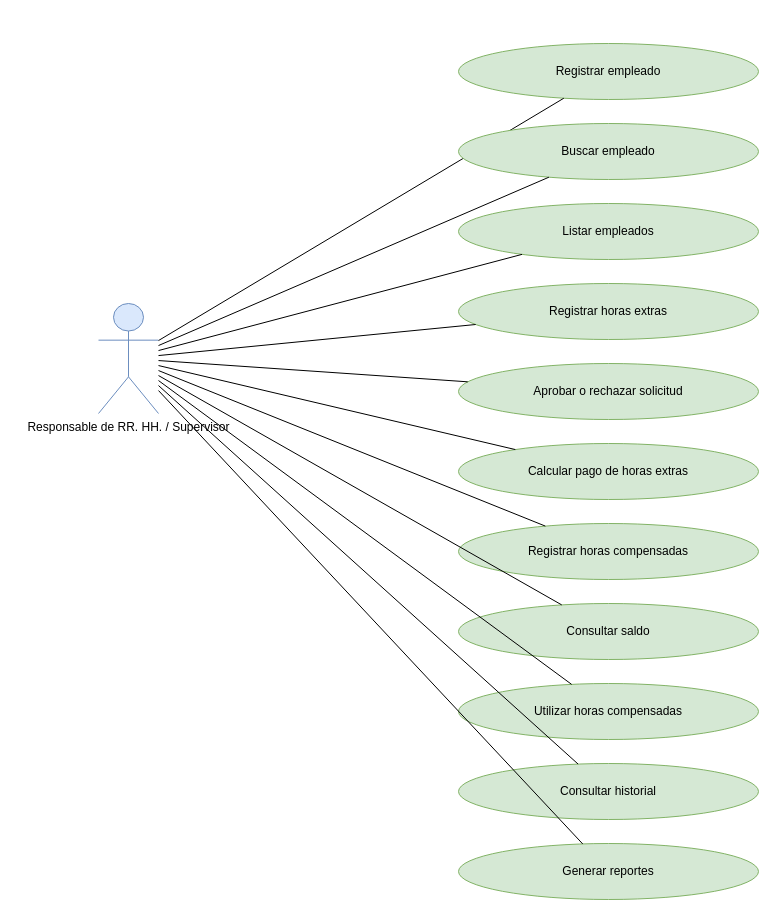
The draw.io diagram drawio/casos_uso.drawio in marlo4220mc/sistema-horas-extras, before the edit. Source tidied: cells renumbered, new cells numbered last; positions are measured from the earlier drawing's top-left corner, leaving out a move shared by most shapes. Both pictures are drawn from the tidied source at 100%, with x=0, y=0 at pixel (98, 43).
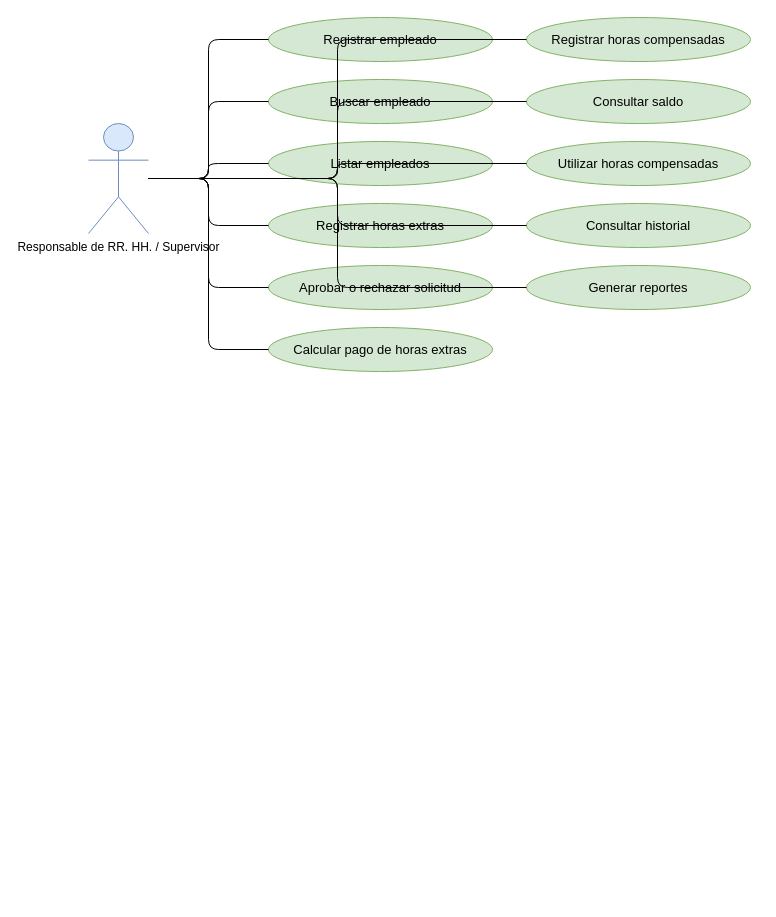
The same page after the edit.

What changed in the source:
```diff
@@
     <mxCell id="2" value="Responsable de RR. HH. / Supervisor" style="shape=umlActor;verticalLabelPosition=bottom;verticalAlign=top;html=1;outlineConnect=0;fillColor=#dae8fc;strokeColor=#6c8ebf;fontSize=12;" parent="1" vertex="1">
-      <mxGeometry y="260" width="60" height="110" as="geometry" />
+      <mxGeometry x="-10" y="80" width="60" height="110" as="geometry" />
     </mxCell>
-    <mxCell id="3" value="Registrar empleado" style="ellipse;whiteSpace=wrap;html=1;fillColor=#d5e8d4;strokeColor=#82b366;fontSize=12;" parent="1" vertex="1">
-      <mxGeometry x="360" width="300" height="56" as="geometry" />
+    <mxCell id="3" value="Registrar empleado" style="ellipse;whiteSpace=wrap;html=1;fillColor=#d5e8d4;strokeColor=#82b366;fontSize=13;" parent="1" vertex="1">
+      <mxGeometry x="170" y="-26" width="224" height="44" as="geometry" />
     </mxCell>
-    <mxCell id="4" style="endArrow=none;html=1;" parent="1" edge="1" source="2" target="3">
+    <mxCell id="4" style="endArrow=none;html=1;edgeStyle=orthogonalEdgeStyle;exitX=1;exitY=0.5;entryX=0;entryY=0.5;" parent="1" edge="1" source="2" target="3">
       <mxGeometry relative="1" as="geometry" />
     </mxCell>
-    <mxCell id="5" value="Buscar empleado" style="ellipse;whiteSpace=wrap;html=1;fillColor=#d5e8d4;strokeColor=#82b366;fontSize=12;" parent="1" vertex="1">
-      <mxGeometry x="360" y="80" width="300" height="56" as="geometry" />
+    <mxCell id="5" value="Buscar empleado" style="ellipse;whiteSpace=wrap;html=1;fillColor=#d5e8d4;strokeColor=#82b366;fontSize=13;" parent="1" vertex="1">
+      <mxGeometry x="170" y="36" width="224" height="44" as="geometry" />
     </mxCell>
-    <mxCell id="6" style="endArrow=none;html=1;" parent="1" edge="1" source="2" target="5">
+    <mxCell id="6" style="endArrow=none;html=1;edgeStyle=orthogonalEdgeStyle;exitX=1;exitY=0.5;entryX=0;entryY=0.5;" parent="1" edge="1" source="2" target="5">
       <mxGeometry relative="1" as="geometry" />
     </mxCell>
-    <mxCell id="7" value="Listar empleados" style="ellipse;whiteSpace=wrap;html=1;fillColor=#d5e8d4;strokeColor=#82b366;fontSize=12;" parent="1" vertex="1">
-      <mxGeometry x="360" y="160" width="300" height="56" as="geometry" />
+    <mxCell id="7" value="Listar empleados" style="ellipse;whiteSpace=wrap;html=1;fillColor=#d5e8d4;strokeColor=#82b366;fontSize=13;" parent="1" vertex="1">
+      <mxGeometry x="170" y="98" width="224" height="44" as="geometry" />
     </mxCell>
-    <mxCell id="8" style="endArrow=none;html=1;" parent="1" edge="1" source="2" target="7">
+    <mxCell id="8" style="endArrow=none;html=1;edgeStyle=orthogonalEdgeStyle;exitX=1;exitY=0.5;entryX=0;entryY=0.5;" parent="1" edge="1" source="2" target="7">
       <mxGeometry relative="1" as="geometry" />
     </mxCell>
-    <mxCell id="9" value="Registrar horas extras" style="ellipse;whiteSpace=wrap;html=1;fillColor=#d5e8d4;strokeColor=#82b366;fontSize=12;" parent="1" vertex="1">
-      <mxGeometry x="360" y="240" width="300" height="56" as="geometry" />
+    <mxCell id="9" value="Registrar horas extras" style="ellipse;whiteSpace=wrap;html=1;fillColor=#d5e8d4;strokeColor=#82b366;fontSize=13;" parent="1" vertex="1">
+      <mxGeometry x="170" y="160" width="224" height="44" as="geometry" />
     </mxCell>
-    <mxCell id="10" style="endArrow=none;html=1;" parent="1" edge="1" source="2" target="9">
+    <mxCell id="10" style="endArrow=none;html=1;edgeStyle=orthogonalEdgeStyle;exitX=1;exitY=0.5;entryX=0;entryY=0.5;" parent="1" edge="1" source="2" target="9">
       <mxGeometry relative="1" as="geometry" />
     </mxCell>
-    <mxCell id="11" value="Aprobar o rechazar solicitud" style="ellipse;whiteSpace=wrap;html=1;fillColor=#d5e8d4;strokeColor=#82b366;fontSize=12;" parent="1" vertex="1">
-      <mxGeometry x="360" y="320" width="300" height="56" as="geometry" />
+    <mxCell id="11" value="Aprobar o rechazar solicitud" style="ellipse;whiteSpace=wrap;html=1;fillColor=#d5e8d4;strokeColor=#82b366;fontSize=13;" parent="1" vertex="1">
+      <mxGeometry x="170" y="222" width="224" height="44" as="geometry" />
     </mxCell>
-    <mxCell id="12" style="endArrow=none;html=1;" parent="1" edge="1" source="2" target="11">
+    <mxCell id="12" style="endArrow=none;html=1;edgeStyle=orthogonalEdgeStyle;exitX=1;exitY=0.5;entryX=0;entryY=0.5;" parent="1" edge="1" source="2" target="11">
       <mxGeometry relative="1" as="geometry" />
     </mxCell>
-    <mxCell id="13" value="Calcular pago de horas extras" style="ellipse;whiteSpace=wrap;html=1;fillColor=#d5e8d4;strokeColor=#82b366;fontSize=12;" parent="1" vertex="1">
-      <mxGeometry x="360" y="400" width="300" height="56" as="geometry" />
+    <mxCell id="13" value="Calcular pago de horas extras" style="ellipse;whiteSpace=wrap;html=1;fillColor=#d5e8d4;strokeColor=#82b366;fontSize=13;" parent="1" vertex="1">
+      <mxGeometry x="170" y="284" width="224" height="44" as="geometry" />
     </mxCell>
-    <mxCell id="14" style="endArrow=none;html=1;" parent="1" edge="1" source="2" target="13">
+    <mxCell id="14" style="endArrow=none;html=1;edgeStyle=orthogonalEdgeStyle;exitX=1;exitY=0.5;entryX=0;entryY=0.5;" parent="1" edge="1" source="2" target="13">
       <mxGeometry relative="1" as="geometry" />
     </mxCell>
-    <mxCell id="15" value="Registrar horas compensadas" style="ellipse;whiteSpace=wrap;html=1;fillColor=#d5e8d4;strokeColor=#82b366;fontSize=12;" parent="1" vertex="1">
-      <mxGeometry x="360" y="480" width="300" height="56" as="geometry" />
+    <mxCell id="15" value="Registrar horas compensadas" style="ellipse;whiteSpace=wrap;html=1;fillColor=#d5e8d4;strokeColor=#82b366;fontSize=13;" parent="1" vertex="1">
+      <mxGeometry x="428" y="-26" width="224" height="44" as="geometry" />
     </mxCell>
-    <mxCell id="16" style="endArrow=none;html=1;" parent="1" edge="1" source="2" target="15">
+    <mxCell id="16" style="endArrow=none;html=1;edgeStyle=orthogonalEdgeStyle;exitX=1;exitY=0.5;entryX=0;entryY=0.5;" parent="1" edge="1" source="2" target="15">
       <mxGeometry relative="1" as="geometry" />
     </mxCell>
-    <mxCell id="17" value="Consultar saldo" style="ellipse;whiteSpace=wrap;html=1;fillColor=#d5e8d4;strokeColor=#82b366;fontSize=12;" parent="1" vertex="1">
-      <mxGeometry x="360" y="560" width="300" height="56" as="geometry" />
+    <mxCell id="17" value="Consultar saldo" style="ellipse;whiteSpace=wrap;html=1;fillColor=#d5e8d4;strokeColor=#82b366;fontSize=13;" parent="1" vertex="1">
+      <mxGeometry x="428" y="36" width="224" height="44" as="geometry" />
     </mxCell>
-    <mxCell id="18" style="endArrow=none;html=1;" parent="1" edge="1" source="2" target="17">
+    <mxCell id="18" style="endArrow=none;html=1;edgeStyle=orthogonalEdgeStyle;exitX=1;exitY=0.5;entryX=0;entryY=0.5;" parent="1" edge="1" source="2" target="17">
       <mxGeometry relative="1" as="geometry" />
     </mxCell>
-    <mxCell id="19" value="Utilizar horas compensadas" style="ellipse;whiteSpace=wrap;html=1;fillColor=#d5e8d4;strokeColor=#82b366;fontSize=12;" parent="1" vertex="1">
-      <mxGeometry x="360" y="640" width="300" height="56" as="geometry" />
+    <mxCell id="19" value="Utilizar horas compensadas" style="ellipse;whiteSpace=wrap;html=1;fillColor=#d5e8d4;strokeColor=#82b366;fontSize=13;" parent="1" vertex="1">
+      <mxGeometry x="428" y="98" width="224" height="44" as="geometry" />
     </mxCell>
-    <mxCell id="20" style="endArrow=none;html=1;" parent="1" edge="1" source="2" target="19">
+    <mxCell id="20" style="endArrow=none;html=1;edgeStyle=orthogonalEdgeStyle;exitX=1;exitY=0.5;entryX=0;entryY=0.5;" parent="1" edge="1" source="2" target="19">
       <mxGeometry relative="1" as="geometry" />
     </mxCell>
-    <mxCell id="21" value="Consultar historial" style="ellipse;whiteSpace=wrap;html=1;fillColor=#d5e8d4;strokeColor=#82b366;fontSize=12;" parent="1" vertex="1">
-      <mxGeometry x="360" y="720" width="300" height="56" as="geometry" />
+    <mxCell id="21" value="Consultar historial" style="ellipse;whiteSpace=wrap;html=1;fillColor=#d5e8d4;strokeColor=#82b366;fontSize=13;" parent="1" vertex="1">
+      <mxGeometry x="428" y="160" width="224" height="44" as="geometry" />
     </mxCell>
-    <mxCell id="22" style="endArrow=none;html=1;" parent="1" edge="1" source="2" target="21">
+    <mxCell id="22" style="endArrow=none;html=1;edgeStyle=orthogonalEdgeStyle;exitX=1;exitY=0.5;entryX=0;entryY=0.5;" parent="1" edge="1" source="2" target="21">
       <mxGeometry relative="1" as="geometry" />
     </mxCell>
-    <mxCell id="23" value="Generar reportes" style="ellipse;whiteSpace=wrap;html=1;fillColor=#d5e8d4;strokeColor=#82b366;fontSize=12;" parent="1" vertex="1">
-      <mxGeometry x="360" y="800" width="300" height="56" as="geometry" />
+    <mxCell id="23" value="Generar reportes" style="ellipse;whiteSpace=wrap;html=1;fillColor=#d5e8d4;strokeColor=#82b366;fontSize=13;" parent="1" vertex="1">
+      <mxGeometry x="428" y="222" width="224" height="44" as="geometry" />
     </mxCell>
-    <mxCell id="24" style="endArrow=none;html=1;" parent="1" edge="1" source="2" target="23">
+    <mxCell id="24" style="endArrow=none;html=1;edgeStyle=orthogonalEdgeStyle;exitX=1;exitY=0.5;entryX=0;entryY=0.5;" parent="1" edge="1" source="2" target="23">
       <mxGeometry relative="1" as="geometry" />
     </mxCell>
```
